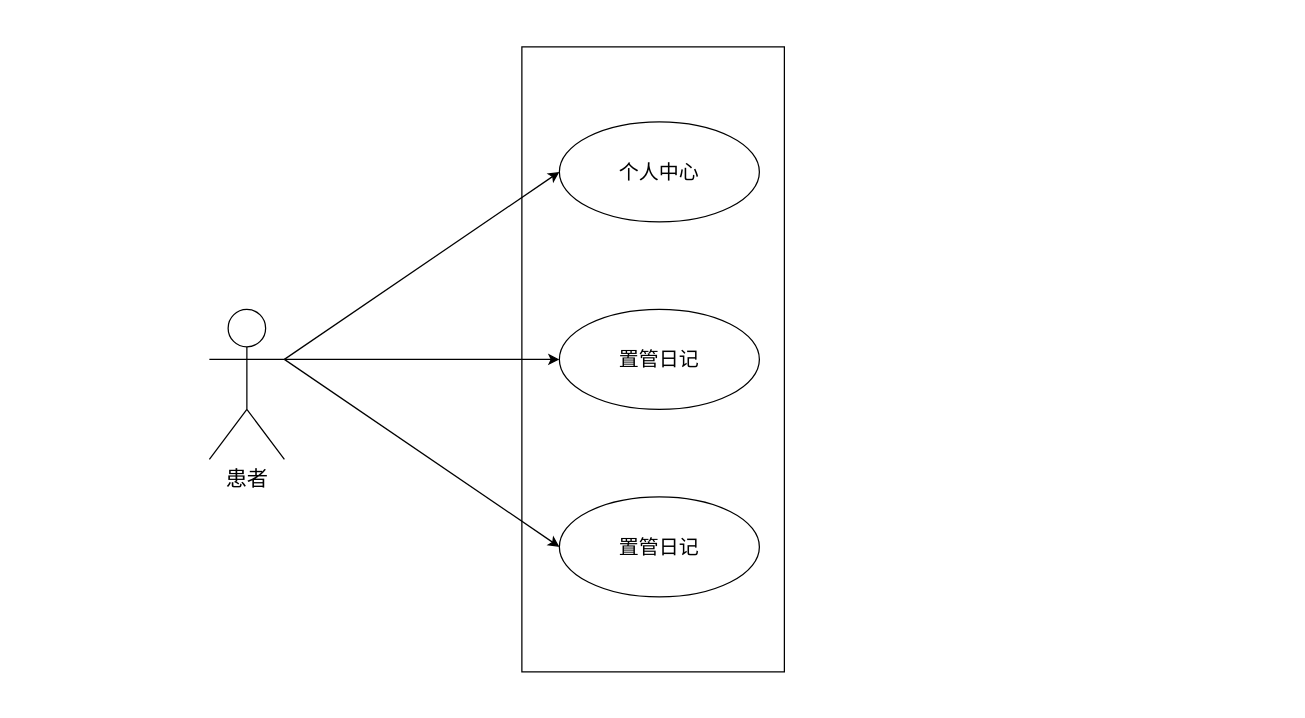
The draw.io diagram 毕设_用况图_患者端_个人中心.drawio in ssssszj/Drawio, before the edit. Source tidied: cells renumbered, new cells numbered last; positions are measured from the earlier drawing's top-left corner, leaving out a move shared by most shapes. Both pictures are drawn from the tidied source at 125%, with x=0, y=0 at pixel (21, 21).
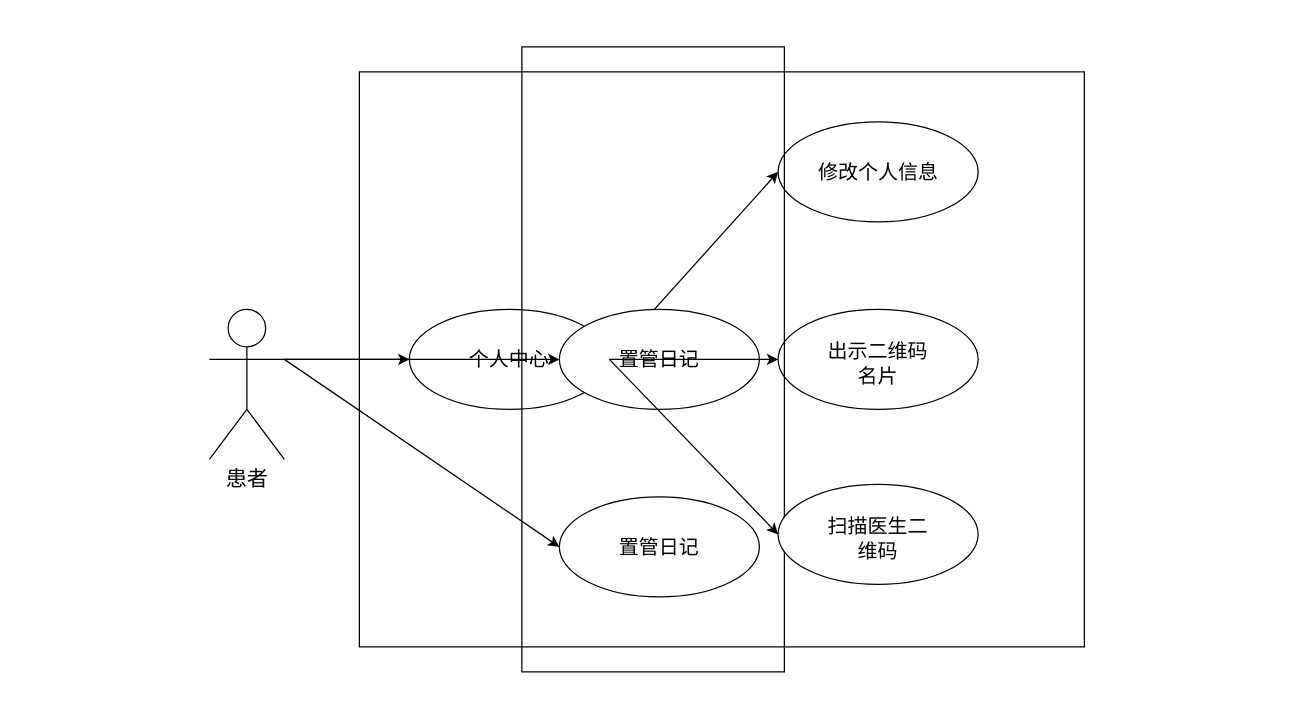
Above is the later version.

Commit message (it also covers changes not shown here):
更新毕设_用况图_患者端_个人中心.drawio

Unchanged cells that the change refers to:
```xml
<mxCell id="3" value="患者" style="shape=umlActor;verticalLabelPosition=bottom;verticalAlign=top;html=1;outlineConnect=0;fontSize=17;" parent="1" vertex="1">
  <mxGeometry x="150" y="230" width="60" height="120" as="geometry" />
</mxCell>
<mxCell id="7" style="ellipse;whiteSpace=wrap;html=1;" parent="6" vertex="1">
  <mxGeometry width="160" height="80" as="geometry" />
</mxCell>
<mxCell id="10" style="ellipse;whiteSpace=wrap;html=1;" parent="9" vertex="1">
  <mxGeometry width="160" height="80" as="geometry" />
</mxCell>
```

Diff of the diagram source:
```diff
@@
     <mxCell id="2" style="rounded=0;whiteSpace=wrap;html=1;strokeColor=none;" parent="1" vertex="1">
-      <mxGeometry width="820" height="540" as="geometry" />
+      <mxGeometry x="50" width="960" height="540" as="geometry" />
     </mxCell>
@@
+    <mxCell id="17" style="rounded=0;whiteSpace=wrap;html=1;" parent="1" vertex="1">
+      <mxGeometry x="270" y="40" width="580" height="460" as="geometry" />
+    </mxCell>
@@
-    <mxCell id="5" style="endArrow=classic;html=1;rounded=0;entryX=0;entryY=0.5;entryDx=0;entryDy=0;exitX=1;exitY=0.3333333333333333;exitDx=0;exitDy=0;exitPerimeter=0;" parent="1" edge="1" source="3" target="10">
-      <mxGeometry relative="1" as="geometry" />
-    </mxCell>
     <mxCell id="6" style="group;" parent="1" vertex="1">
-      <mxGeometry x="430" y="80" width="160" height="80" as="geometry" />
+      <mxGeometry x="310" y="230" width="160" height="80" as="geometry" />
     </mxCell>
@@
+    <mxCell id="5" style="endArrow=classic;html=1;rounded=0;entryX=0;entryY=0.5;entryDx=0;entryDy=0;exitX=1;exitY=0.3333333333333333;exitDx=0;exitDy=0;exitPerimeter=0;" parent="1" edge="1" source="3" target="10">
+      <mxGeometry relative="1" as="geometry" />
+    </mxCell>
+    <mxCell id="18" style="endArrow=classic;html=1;rounded=0;exitX=1;exitY=0.5;exitDx=0;exitDy=0;entryX=0;entryY=0.5;entryDx=0;entryDy=0;" parent="1" edge="1" source="7" target="20">
+      <mxGeometry relative="1" as="geometry" />
+    </mxCell>
@@
+    <mxCell id="19" style="group;" parent="1" vertex="1">
+      <mxGeometry x="605" y="80" width="160" height="80" as="geometry" />
+    </mxCell>
+    <mxCell id="20" style="ellipse;whiteSpace=wrap;html=1;" parent="19" vertex="1">
+      <mxGeometry width="160" height="80" as="geometry" />
+    </mxCell>
+    <mxCell id="21" value="&lt;font style=&quot;font-size: 16px;&quot;&gt;修改个人信息&lt;/font&gt;" style="text;html=1;align=center;verticalAlign=middle;whiteSpace=wrap;rounded=0;" parent="19" vertex="1">
+      <mxGeometry x="27.5" y="25" width="105" height="30" as="geometry" />
+    </mxCell>
@@
+    <mxCell id="22" style="endArrow=classic;html=1;rounded=0;exitX=1;exitY=0.5;exitDx=0;exitDy=0;entryX=0;entryY=0.5;entryDx=0;entryDy=0;" parent="1" edge="1" source="7" target="24">
+      <mxGeometry relative="1" as="geometry" />
+    </mxCell>
@@
+    <mxCell id="23" style="group;" parent="1" vertex="1">
+      <mxGeometry x="605" y="230" width="160" height="80" as="geometry" />
+    </mxCell>
+    <mxCell id="24" style="ellipse;whiteSpace=wrap;html=1;" parent="23" vertex="1">
+      <mxGeometry width="160" height="80" as="geometry" />
+    </mxCell>
+    <mxCell id="25" value="&lt;span style=&quot;font-size: 16px;&quot;&gt;出示二维码名片&lt;/span&gt;" style="text;html=1;align=center;verticalAlign=middle;whiteSpace=wrap;rounded=0;" parent="23" vertex="1">
+      <mxGeometry x="35" y="28" width="90" height="30" as="geometry" />
+    </mxCell>
@@
+    <mxCell id="26" style="endArrow=classic;html=1;rounded=0;exitX=1;exitY=0.5;exitDx=0;exitDy=0;entryX=0;entryY=0.5;entryDx=0;entryDy=0;" parent="1" edge="1" source="7" target="28">
+      <mxGeometry relative="1" as="geometry" />
+    </mxCell>
+    <mxCell id="27" style="group;" parent="1" vertex="1">
+      <mxGeometry x="605" y="370" width="160" height="80" as="geometry" />
+    </mxCell>
+    <mxCell id="28" style="ellipse;whiteSpace=wrap;html=1;" parent="27" vertex="1">
+      <mxGeometry width="160" height="80" as="geometry" />
+    </mxCell>
+    <mxCell id="29" value="&lt;span style=&quot;font-size: 16px;&quot;&gt;扫描医生二维码&lt;/span&gt;" style="text;html=1;align=center;verticalAlign=middle;whiteSpace=wrap;rounded=0;" parent="27" vertex="1">
+      <mxGeometry x="35" y="28" width="90" height="30" as="geometry" />
+    </mxCell>
```
